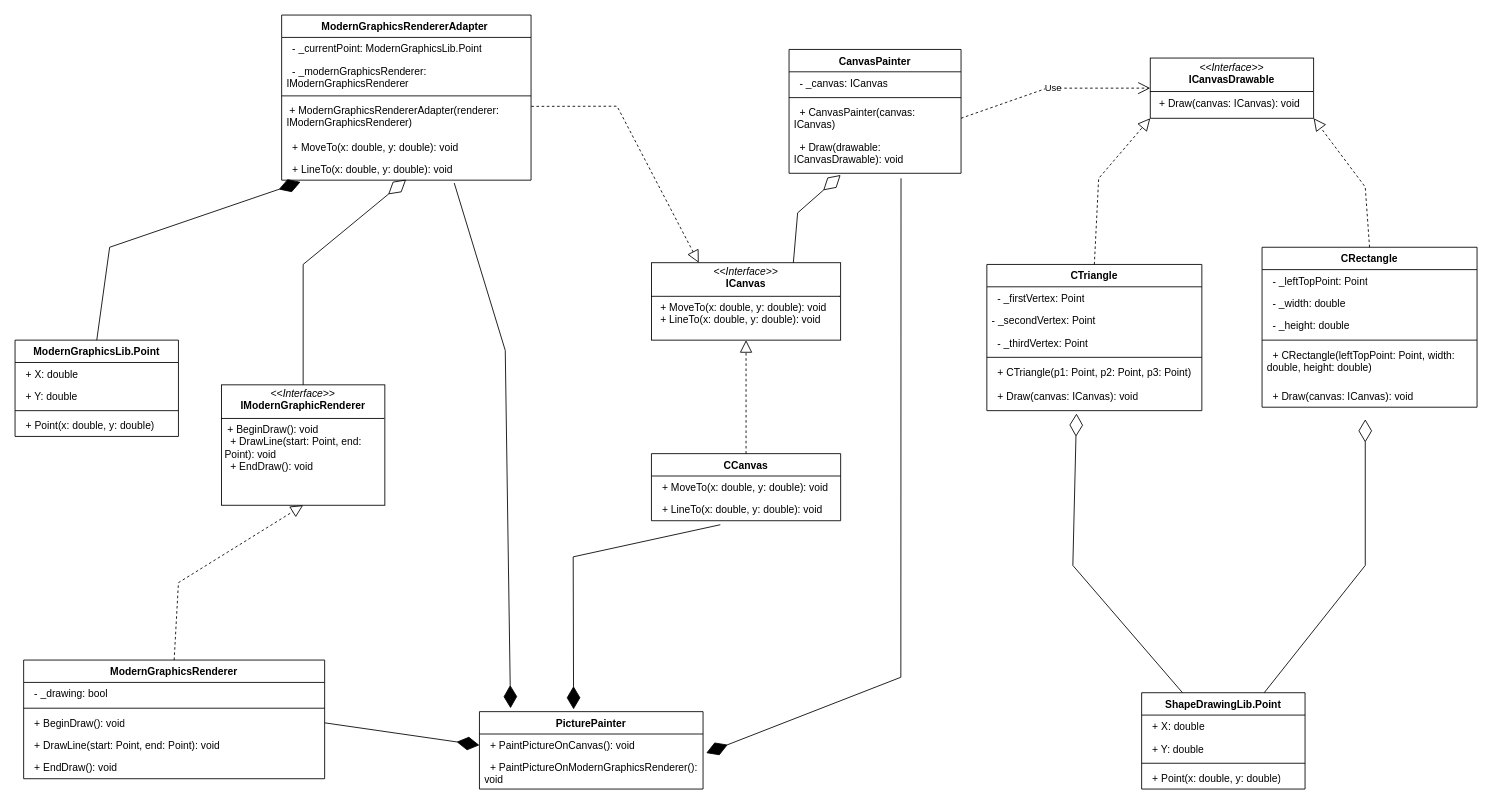
Before: 6-lab/1-task/ObjectAdapter.drawio in Accoie/OOD, a draw.io diagram. Source tidied: cells renumbered, new cells numbered last; positions are measured from the earlier drawing's top-left corner, leaving out a move shared by most shapes. Both pictures are drawn from the tidied source at 86%, with x=0, y=0 at pixel (15, 15).
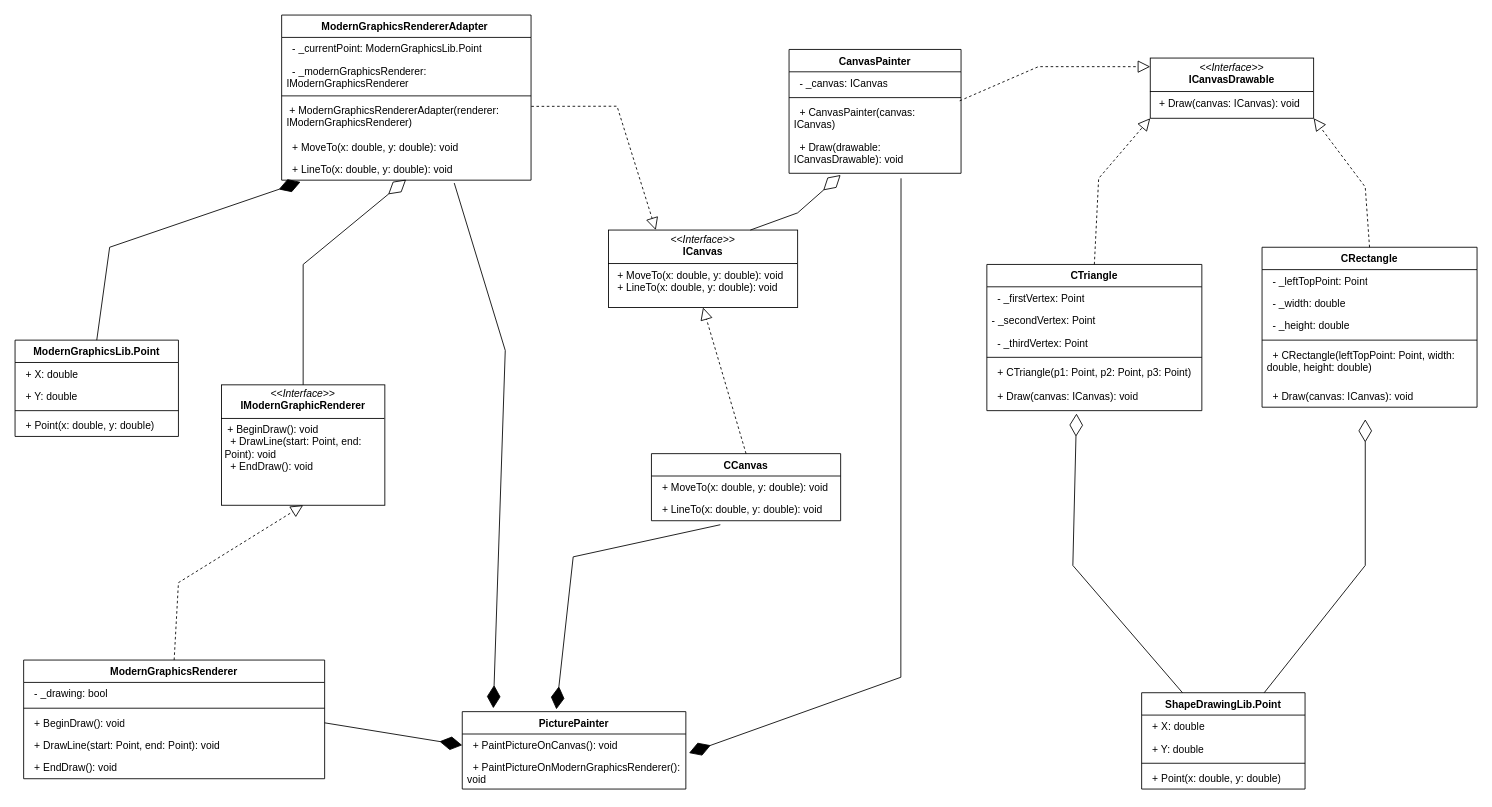
After the change.

Unchanged cells that the change refers to:
```xml
<mxCell id="28" value="&lt;p style=&quot;margin:0px;margin-top:4px;text-align:center;&quot;&gt;&lt;i&gt;&amp;lt;&amp;lt;Interface&amp;gt;&amp;gt;&lt;/i&gt;&lt;br&gt;&lt;b&gt;ICanvasDrawable&lt;/b&gt;&lt;/p&gt;&lt;hr size=&quot;1&quot; style=&quot;border-style:solid;&quot;&gt;&lt;p style=&quot;margin:0px;margin-left:4px;&quot;&gt;&amp;nbsp; + Draw(canvas: ICanvas): void&lt;br style=&quot;padding: 0px; margin: 0px;&quot;&gt;&lt;/p&gt;" style="verticalAlign=top;align=left;overflow=fill;html=1;whiteSpace=wrap;" parent="1" vertex="1">
  <mxGeometry x="1320" y="50" width="190" height="70" as="geometry" />
</mxCell>
<mxCell id="51" value="&amp;nbsp; + CanvasPainter(canvas: ICanvas)" style="text;strokeColor=none;fillColor=none;align=left;verticalAlign=top;spacingLeft=4;spacingRight=4;overflow=hidden;points=[[0,0.5],[1,0.5]];portConstraint=eastwest;whiteSpace=wrap;html=1;" parent="48" vertex="1">
  <mxGeometry y="60" width="200" height="40" as="geometry" />
</mxCell>
```

The edit, as a diff of the source:
```diff
@@
     <mxCell id="9" value="PicturePainter" style="swimlane;fontStyle=1;align=center;verticalAlign=top;horizontal=1;startSize=26;whiteSpace=wrap;html=1;" parent="1" vertex="1">
-      <mxGeometry x="540" y="810" width="260" height="90" as="geometry" />
+      <mxGeometry x="520" y="810" width="260" height="90" as="geometry" />
     </mxCell>
@@
     <mxCell id="12" value="&lt;p style=&quot;margin:0px;margin-top:4px;text-align:center;&quot;&gt;&lt;i&gt;&amp;lt;&amp;lt;Interface&amp;gt;&amp;gt;&lt;/i&gt;&lt;br&gt;&lt;b&gt;ICanvas&lt;/b&gt;&lt;/p&gt;&lt;hr size=&quot;1&quot; style=&quot;border-style:solid;&quot;&gt;&lt;p style=&quot;margin:0px;margin-left:4px;&quot;&gt;&amp;nbsp; + MoveTo(x: double, y: double): void&lt;br&gt;&amp;nbsp; + LineTo(x: double, y: double): void&lt;br style=&quot;padding: 0px; margin: 0px;&quot;&gt;&lt;/p&gt;" style="verticalAlign=top;align=left;overflow=fill;html=1;whiteSpace=wrap;" parent="1" vertex="1">
-      <mxGeometry x="740" y="288" width="220" height="90" as="geometry" />
+      <mxGeometry x="690" y="250" width="220" height="90" as="geometry" />
     </mxCell>
@@
-    <mxCell id="61" value="Use" style="endArrow=open;endSize=12;dashed=1;html=1;rounded=0;entryX=0;entryY=0.5;entryDx=0;entryDy=0;exitX=1;exitY=0.5;exitDx=0;exitDy=0;" parent="1" edge="1" source="51" target="28">
-      <mxGeometry relative="1" as="geometry">
-        <Array as="points">
-          <mxPoint x="1200" y="85" />
-        </Array>
-      </mxGeometry>
-    </mxCell>
@@
+    <mxCell id="61" style="endArrow=block;dashed=1;endFill=0;endSize=12;html=1;rounded=0;entryX=0;entryY=0.143;entryDx=0;entryDy=0;exitX=0.992;exitY=-0.007;exitDx=0;exitDy=0;exitPerimeter=0;entryPerimeter=0;" parent="1" edge="1" source="51" target="28">
+      <mxGeometry relative="1" as="geometry">
+        <Array as="points">
+          <mxPoint x="1190" y="60" />
+        </Array>
+      </mxGeometry>
+    </mxCell>
```
